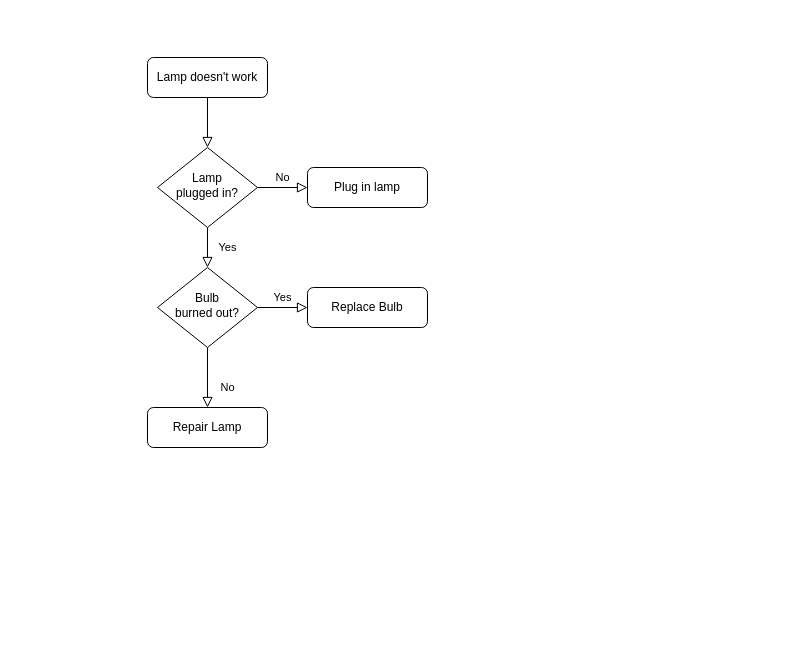
The draw.io diagram istio-java-api 流程图.drawio in 460434901ccz/ccz-practise, before the edit. Source tidied: cells renumbered, new cells numbered last; positions are measured from the earlier drawing's top-left corner, leaving out a move shared by most shapes. Both pictures are drawn from the tidied source at 100%, with x=0, y=0 at pixel (147, 57).
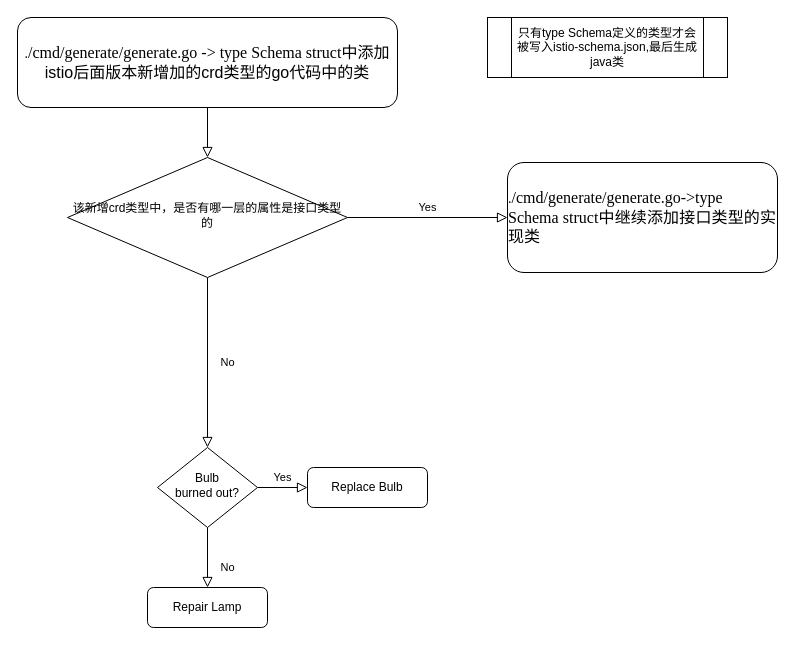
The same diagram, later.

Commit message (it also covers changes not shown here):
更新istio-java-api 流程图.drawio

Diff of the diagram source:
```diff
@@
 <mxGraphModel>
   <root>
     <mxCell id="0" />
     <mxCell id="1" parent="0" />
     <mxCell id="2" style="rounded=0;html=1;jettySize=auto;fontSize=11;endArrow=block;endFill=0;endSize=8;strokeWidth=1;shadow=0;labelBackgroundColor=none;edgeStyle=orthogonalEdgeStyle;" parent="1" edge="1" source="3" target="6">
       <mxGeometry relative="1" as="geometry" />
     </mxCell>
-    <mxCell id="3" value="Lamp doesn't work" style="rounded=1;whiteSpace=wrap;html=1;fontSize=12;glass=0;strokeWidth=1;shadow=0;" parent="1" vertex="1">
-      <mxGeometry width="120" height="40" as="geometry" />
+    <mxCell id="3" value="&lt;p class=&quot;MsoNormal&quot; style=&quot;margin: 0pt 0pt 0.0001pt ; text-align: justify ; font-family: &amp;#34;times new roman&amp;#34; ; font-size: 10.5pt&quot;&gt;&lt;span style=&quot;font-size: 10.5pt&quot;&gt;.&lt;/span&gt;&lt;span style=&quot;font-size: 12pt&quot;&gt;/cmd/generate/generate.go&lt;/span&gt;&lt;span style=&quot;font-size: 12pt&quot;&gt;&amp;nbsp;-&amp;gt; &lt;/span&gt;&lt;span style=&quot;font-size: 12pt&quot;&gt;type Schema struct&lt;/span&gt;&lt;span style=&quot;font-size: 12pt&quot;&gt;&lt;font face=&quot;宋体&quot;&gt;中添加&lt;/font&gt;&lt;/span&gt;&lt;/p&gt;&lt;span style=&quot;font-size: 16px ; text-align: justify&quot;&gt;istio后面版本&lt;/span&gt;&lt;span style=&quot;font-size: 12pt ; text-align: justify&quot;&gt;新增加的crd类型的go代码中的类&lt;/span&gt;&lt;span style=&quot;font-size: 16px ; text-align: justify&quot;&gt;&lt;br&gt;&lt;/span&gt;" style="rounded=1;whiteSpace=wrap;html=1;fontSize=12;glass=0;strokeWidth=1;shadow=0;" parent="1" vertex="1">
+      <mxGeometry x="-130" y="-40" width="380" height="90" as="geometry" />
     </mxCell>
-    <mxCell id="4" value="Yes" style="rounded=0;html=1;jettySize=auto;fontSize=11;endArrow=block;endFill=0;endSize=8;strokeWidth=1;shadow=0;labelBackgroundColor=none;edgeStyle=orthogonalEdgeStyle;" parent="1" edge="1" source="6" target="10">
+    <mxCell id="4" value="No" style="rounded=0;html=1;jettySize=auto;fontSize=11;endArrow=block;endFill=0;endSize=8;strokeWidth=1;shadow=0;labelBackgroundColor=none;edgeStyle=orthogonalEdgeStyle;" parent="1" edge="1" source="6" target="10">
       <mxGeometry y="20" relative="1" as="geometry" />
     </mxCell>
-    <mxCell id="5" value="No" style="edgeStyle=orthogonalEdgeStyle;rounded=0;html=1;jettySize=auto;fontSize=11;endArrow=block;endFill=0;endSize=8;strokeWidth=1;shadow=0;labelBackgroundColor=none;" parent="1" edge="1" source="6" target="7">
+    <mxCell id="5" value="Yes" style="edgeStyle=orthogonalEdgeStyle;rounded=0;html=1;jettySize=auto;fontSize=11;endArrow=block;endFill=0;endSize=8;strokeWidth=1;shadow=0;labelBackgroundColor=none;" parent="1" edge="1" source="6" target="7">
       <mxGeometry y="10" relative="1" as="geometry" />
     </mxCell>
-    <mxCell id="6" value="Lamp&lt;br&gt;plugged in?" style="rhombus;whiteSpace=wrap;html=1;shadow=0;fontFamily=Helvetica;fontSize=12;align=center;strokeWidth=1;spacing=6;spacingTop=-4;" parent="1" vertex="1">
-      <mxGeometry x="10" y="90" width="100" height="80" as="geometry" />
+    <mxCell id="6" value="该新增crd类型中，是否有哪一层的属性是接口类型的" style="rhombus;whiteSpace=wrap;html=1;shadow=0;fontFamily=Helvetica;fontSize=12;align=center;strokeWidth=1;spacing=6;spacingTop=-4;" parent="1" vertex="1">
+      <mxGeometry x="-80" y="100" width="280" height="120" as="geometry" />
     </mxCell>
-    <mxCell id="7" value="Plug in lamp" style="rounded=1;whiteSpace=wrap;html=1;fontSize=12;glass=0;strokeWidth=1;shadow=0;" parent="1" vertex="1">
-      <mxGeometry x="160" y="110" width="120" height="40" as="geometry" />
+    <mxCell id="7" value="&lt;p class=&quot;MsoNormal&quot; style=&quot;margin: 0pt 0pt 0.0001pt ; text-align: justify ; font-family: &amp;#34;times new roman&amp;#34; ; font-size: 10.5pt&quot;&gt;&lt;span style=&quot;font-size: 10.5pt&quot;&gt;.&lt;/span&gt;&lt;span style=&quot;font-size: 12pt&quot;&gt;/cmd/generate/generate.go&lt;/span&gt;&lt;span style=&quot;font-size: 12pt&quot;&gt;-&amp;gt;&lt;/span&gt;&lt;span style=&quot;font-size: 12pt&quot;&gt;type Schema struct&lt;/span&gt;&lt;span style=&quot;font-size: 12pt&quot;&gt;&lt;font face=&quot;宋体&quot;&gt;中继续添加接口类型的实现类&lt;/font&gt;&lt;/span&gt;&lt;/p&gt;" style="rounded=1;whiteSpace=wrap;html=1;fontSize=12;glass=0;strokeWidth=1;shadow=0;" parent="1" vertex="1">
+      <mxGeometry x="360" y="105" width="270" height="110" as="geometry" />
     </mxCell>
     <mxCell id="8" value="No" style="rounded=0;html=1;jettySize=auto;fontSize=11;endArrow=block;endFill=0;endSize=8;strokeWidth=1;shadow=0;labelBackgroundColor=none;edgeStyle=orthogonalEdgeStyle;" parent="1" edge="1" source="10" target="11">
       <mxGeometry x="0.33" y="20" relative="1" as="geometry" />
     </mxCell>
     <mxCell id="9" value="Yes" style="edgeStyle=orthogonalEdgeStyle;rounded=0;html=1;jettySize=auto;fontSize=11;endArrow=block;endFill=0;endSize=8;strokeWidth=1;shadow=0;labelBackgroundColor=none;" parent="1" edge="1" source="10" target="12">
       <mxGeometry y="10" relative="1" as="geometry" />
     </mxCell>
     <mxCell id="10" value="Bulb&lt;br&gt;burned out?" style="rhombus;whiteSpace=wrap;html=1;shadow=0;fontFamily=Helvetica;fontSize=12;align=center;strokeWidth=1;spacing=6;spacingTop=-4;" parent="1" vertex="1">
-      <mxGeometry x="10" y="210" width="100" height="80" as="geometry" />
+      <mxGeometry x="10" y="390" width="100" height="80" as="geometry" />
     </mxCell>
     <mxCell id="11" value="Repair Lamp" style="rounded=1;whiteSpace=wrap;html=1;fontSize=12;glass=0;strokeWidth=1;shadow=0;" parent="1" vertex="1">
-      <mxGeometry y="350" width="120" height="40" as="geometry" />
+      <mxGeometry y="530" width="120" height="40" as="geometry" />
     </mxCell>
     <mxCell id="12" value="Replace Bulb" style="rounded=1;whiteSpace=wrap;html=1;fontSize=12;glass=0;strokeWidth=1;shadow=0;" parent="1" vertex="1">
-      <mxGeometry x="160" y="230" width="120" height="40" as="geometry" />
+      <mxGeometry x="160" y="410" width="120" height="40" as="geometry" />
     </mxCell>
+    <mxCell id="13" value="只有type Schema定义的类型才会被写入istio-schema.json,最后生成java类" style="shape=process;whiteSpace=wrap;html=1;backgroundOutline=1;" parent="1" vertex="1">
+      <mxGeometry x="340" y="-40" width="240" height="60" as="geometry" />
+    </mxCell>
   </root>
 </mxGraphModel>
```
